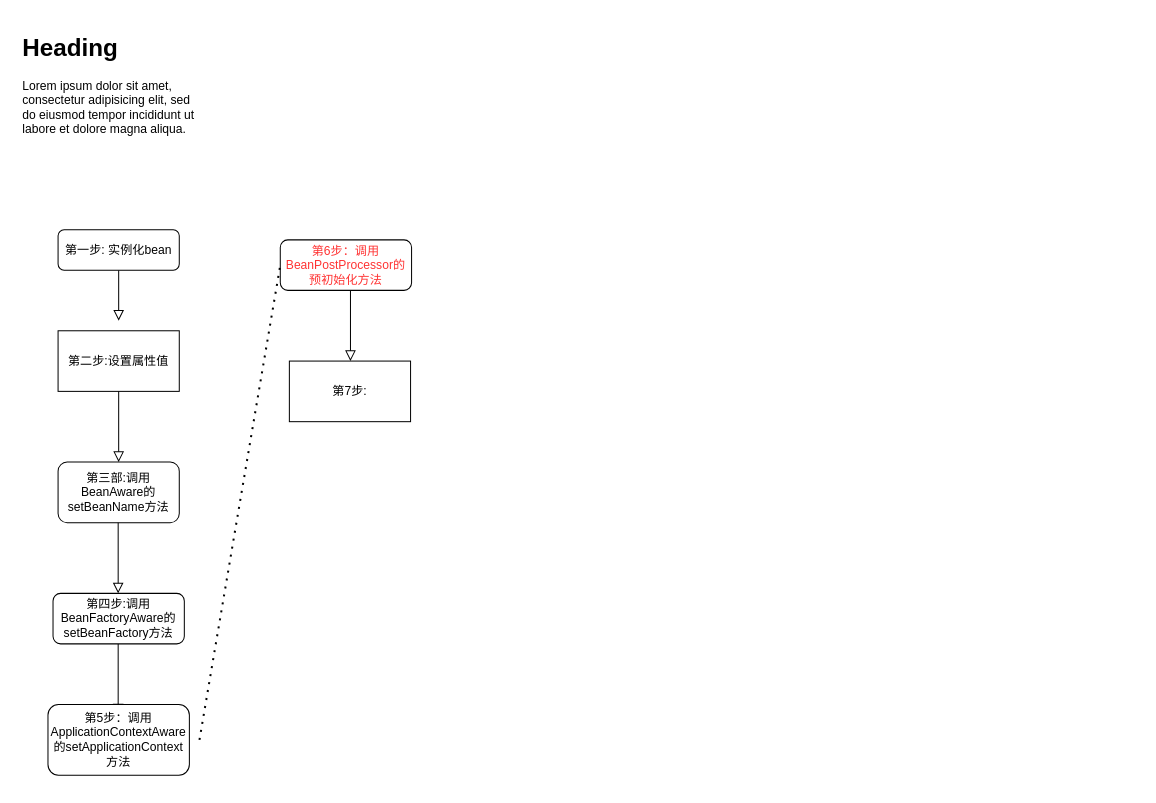
Before: Untitled Diagram.drawio in wangning123456/spring-ioc, a draw.io diagram. Source tidied: cells renumbered, new cells numbered last; positions are measured from the earlier drawing's top-left corner, leaving out a move shared by most shapes. Both pictures are drawn from the tidied source at 101%, with x=0, y=0 at pixel (17, 27).
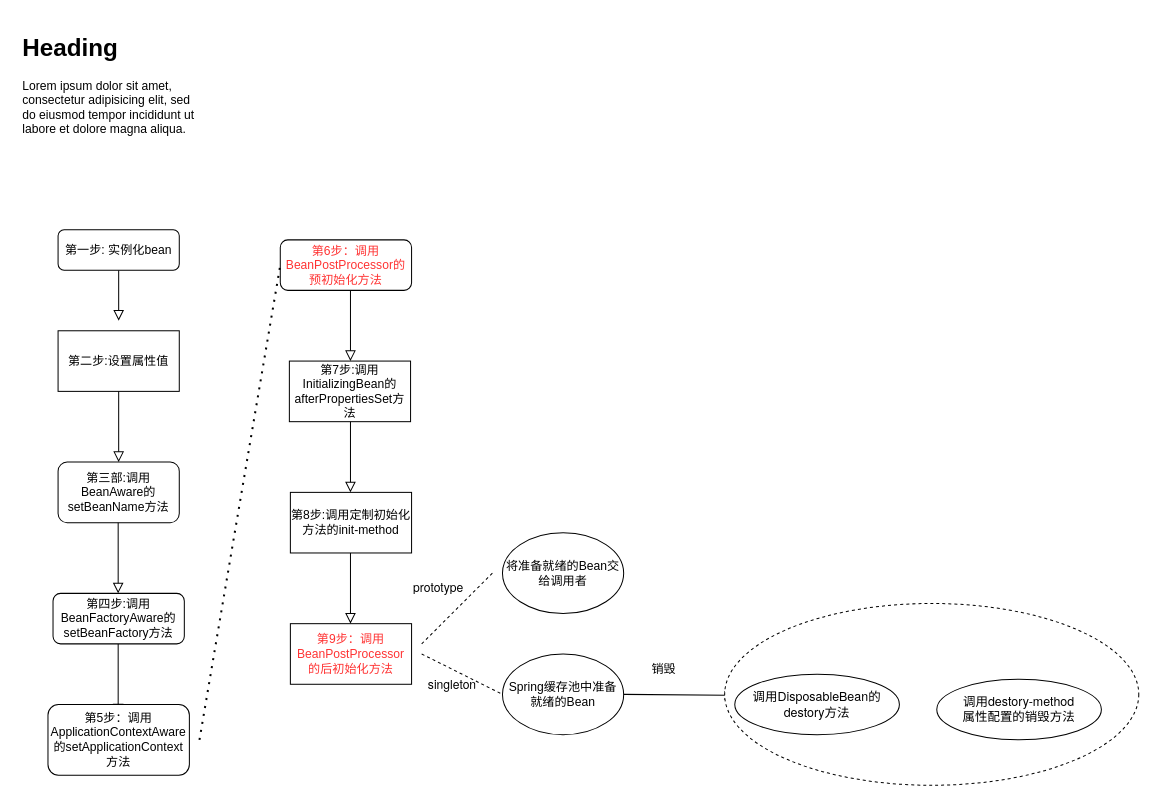
The same diagram, later.

The edit, as a diff of the source:
```diff
@@
-    <mxCell id="14" value="第7步:" style="rounded=0;whiteSpace=wrap;html=1;" parent="1" vertex="1">
+    <mxCell id="14" value="第7步:调用InitializingBean的afterPropertiesSet方法" style="rounded=0;whiteSpace=wrap;html=1;" parent="1" vertex="1">
       <mxGeometry x="269" y="330" width="120" height="60" as="geometry" />
     </mxCell>
@@
+    <mxCell id="16" value="第8步:调用定制初始化方法的init-method" style="rounded=0;whiteSpace=wrap;html=1;" parent="1" vertex="1">
+      <mxGeometry x="270" y="460" width="120" height="60" as="geometry" />
+    </mxCell>
+    <mxCell id="17" style="rounded=0;html=1;jettySize=auto;orthogonalLoop=1;fontSize=11;endArrow=block;endFill=0;endSize=8;strokeWidth=1;shadow=0;labelBackgroundColor=none;edgeStyle=orthogonalEdgeStyle;exitX=0.5;exitY=1;exitDx=0;exitDy=0;entryX=0.5;entryY=0;entryDx=0;entryDy=0;" parent="1" edge="1">
+      <mxGeometry relative="1" as="geometry">
+        <mxPoint x="329.5" y="390" as="sourcePoint" />
+        <mxPoint x="329.5" y="460" as="targetPoint" />
+      </mxGeometry>
+    </mxCell>
+    <mxCell id="18" value="&lt;span style=&quot;color: rgb(255 , 51 , 51)&quot;&gt;第9步：调用BeanPostProcessor的后初始化方法&lt;/span&gt;" style="rounded=0;whiteSpace=wrap;html=1;" parent="1" vertex="1">
+      <mxGeometry x="270" y="590" width="120" height="60" as="geometry" />
+    </mxCell>
+    <mxCell id="19" style="rounded=0;html=1;jettySize=auto;orthogonalLoop=1;fontSize=11;endArrow=block;endFill=0;endSize=8;strokeWidth=1;shadow=0;labelBackgroundColor=none;edgeStyle=orthogonalEdgeStyle;exitX=0.5;exitY=1;exitDx=0;exitDy=0;entryX=0.5;entryY=0;entryDx=0;entryDy=0;" parent="1" edge="1">
+      <mxGeometry relative="1" as="geometry">
+        <mxPoint x="329.5" y="520" as="sourcePoint" />
+        <mxPoint x="329.5" y="590" as="targetPoint" />
+      </mxGeometry>
+    </mxCell>
+    <mxCell id="20" style="endArrow=none;dashed=1;html=1;" parent="1" edge="1">
+      <mxGeometry relative="1" as="geometry">
+        <mxPoint x="400" y="610" as="sourcePoint" />
+        <mxPoint x="470" y="540" as="targetPoint" />
+      </mxGeometry>
+    </mxCell>
+    <mxCell id="21" value="&lt;div&gt;&lt;span style=&quot;font-family: &amp;#34;helveticaneue&amp;#34; ; color: rgb(0 , 0 , 0)&quot;&gt;&lt;font style=&quot;font-size: 12px&quot;&gt;prototype&lt;/font&gt;&lt;/span&gt;&lt;/div&gt;" style="text;whiteSpace=wrap;html=1;" parent="1" vertex="1">
+      <mxGeometry x="390" y="540" width="130" height="30" as="geometry" />
+    </mxCell>
+    <mxCell id="22" style="endArrow=none;dashed=1;html=1;" parent="1" edge="1">
+      <mxGeometry relative="1" as="geometry">
+        <mxPoint x="400" y="620" as="sourcePoint" />
+        <mxPoint x="480" y="660" as="targetPoint" />
+      </mxGeometry>
+    </mxCell>
+    <mxCell id="23" value="&lt;div&gt;&lt;span style=&quot;font-family: &amp;#34;helveticaneue&amp;#34;&quot;&gt;&lt;font style=&quot;font-size: 12px&quot;&gt;singleton&lt;/font&gt;&lt;/span&gt;&lt;/div&gt;" style="text;html=1;align=center;verticalAlign=middle;strokeColor=none;" parent="1" vertex="1">
+      <mxGeometry x="395" y="640" width="70" height="20" as="geometry" />
+    </mxCell>
+    <mxCell id="24" value="将准备就绪的Bean交给调用者" style="ellipse;whiteSpace=wrap;html=1;" parent="1" vertex="1">
+      <mxGeometry x="480" y="500" width="120" height="80" as="geometry" />
+    </mxCell>
+    <mxCell id="25" value="Spring缓存池中准备就绪的Bean" style="ellipse;whiteSpace=wrap;html=1;" parent="1" vertex="1">
+      <mxGeometry x="480" y="620" width="120" height="80" as="geometry" />
+    </mxCell>
+    <mxCell id="26" style="endArrow=classic;html=1;entryX=-0.01;entryY=0.35;entryDx=0;entryDy=0;entryPerimeter=0;" parent="1" edge="1" target="28">
+      <mxGeometry relative="1" as="geometry">
+        <mxPoint x="600" y="660" as="sourcePoint" />
+      </mxGeometry>
+    </mxCell>
+    <mxCell id="27" style="ellipse;whiteSpace=wrap;html=1;align=center;dashed=1;" parent="1" vertex="1">
+      <mxGeometry x="700" y="570" width="410" height="180" as="geometry" />
+    </mxCell>
+    <mxCell id="28" value="&lt;div style=&quot;font-size: 12.3333px&quot;&gt;&lt;font style=&quot;font-size: 12.3333px&quot;&gt;&lt;span&gt;调⽤&lt;/span&gt;&lt;span style=&quot;font-family: &amp;#34;helveticaneue&amp;#34;&quot;&gt;DisposableBean&lt;/span&gt;&lt;span&gt;的&lt;br/&gt;&lt;/span&gt;&lt;/font&gt;&lt;/div&gt;&lt;div style=&quot;font-size: 12.3333px&quot;&gt;&lt;font style=&quot;font-size: 12.3333px&quot;&gt;&lt;span style=&quot;font-family: &amp;#34;helveticaneue&amp;#34;&quot;&gt;destory&lt;/span&gt;&lt;span&gt;⽅法&lt;/span&gt;&lt;/font&gt;&lt;/div&gt;" style="ellipse;whiteSpace=wrap;html=1;align=center;" parent="1" vertex="1">
+      <mxGeometry x="710" y="640" width="163" height="60" as="geometry" />
+    </mxCell>
+    <mxCell id="29" value="&lt;div style=&quot;font-size: 12.3333px&quot;&gt;&lt;div&gt;&lt;span&gt;调⽤&lt;/span&gt;&lt;span style=&quot;font-family: &amp;#34;helveticaneue&amp;#34;&quot;&gt;destory-method&lt;br&gt;&lt;/span&gt;&lt;/div&gt;&lt;div&gt;&lt;span&gt;属性配置的销毁⽅法&lt;/span&gt;&lt;/div&gt;&lt;/div&gt;" style="ellipse;whiteSpace=wrap;html=1;align=center;" parent="1" vertex="1">
+      <mxGeometry x="910" y="645" width="163" height="60" as="geometry" />
+    </mxCell>
+    <mxCell id="30" value="销毁&lt;br&gt;" style="text;html=1;strokeColor=none;fillColor=none;align=center;verticalAlign=middle;whiteSpace=wrap;rounded=0;" parent="1" vertex="1">
+      <mxGeometry x="620" y="625" width="40" height="20" as="geometry" />
+    </mxCell>
```
